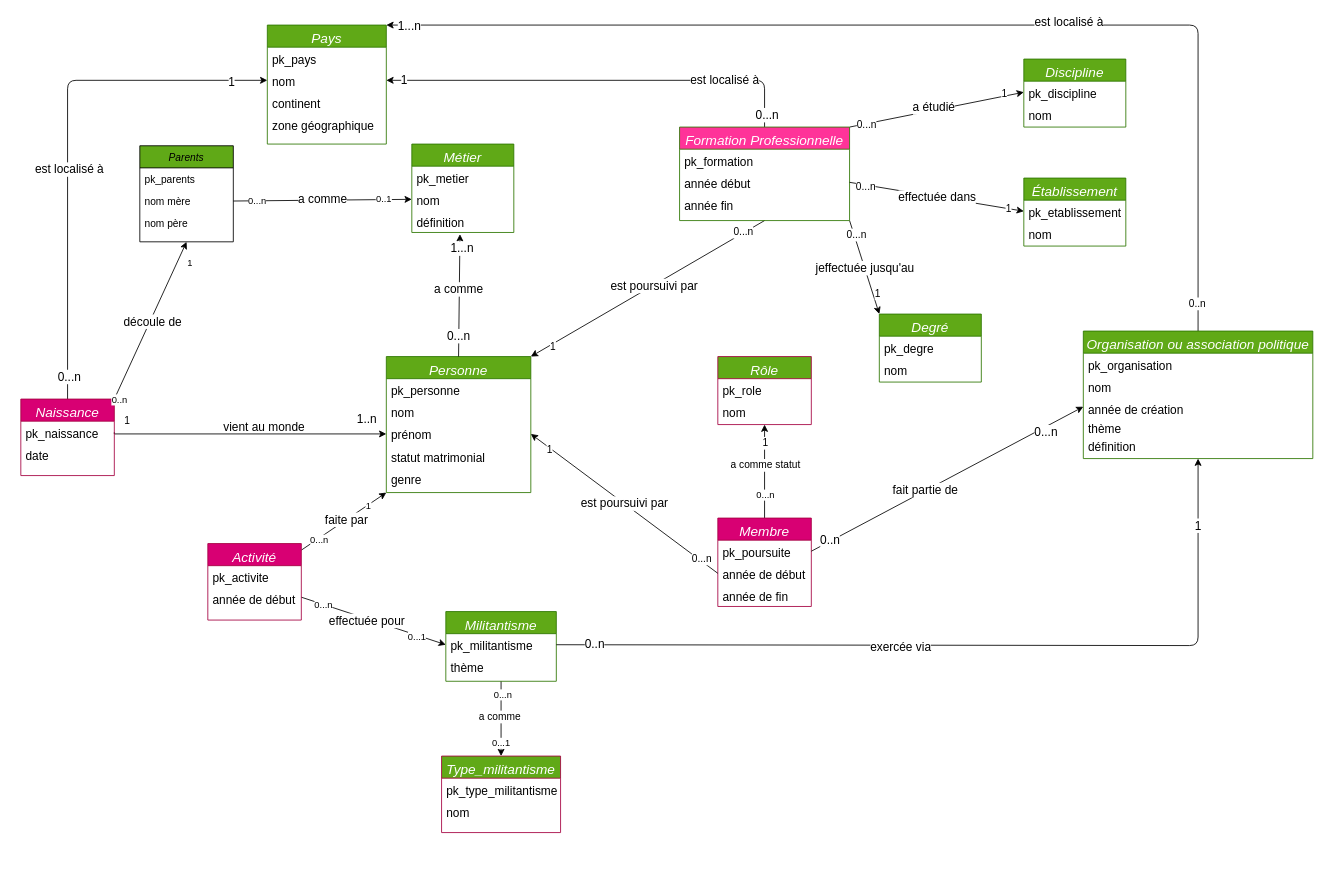
Earlier version of the draw.io diagram page "Page-1" (1 of 2) of Essai_modele.drawio (AliaBrah/militants_droit_femmes). Source tidied: cells renumbered, new cells numbered last; positions are measured from the earlier drawing's top-left corner, leaving out a move shared by most shapes. Both pictures are drawn from the tidied source at 85%, with x=0, y=0 at pixel (20, 25).
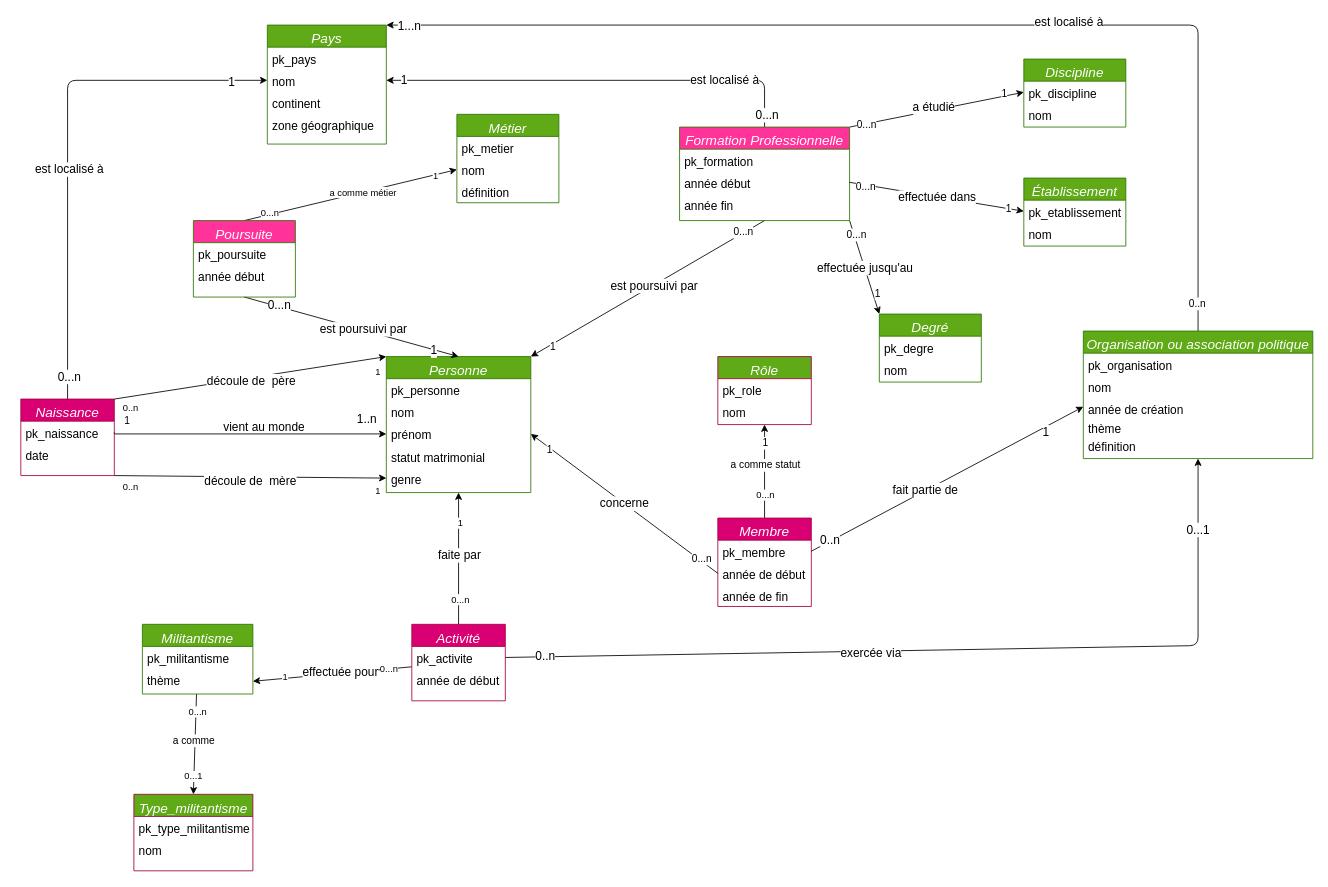
After the change.

The change refers to these unchanged cells:
```xml
<mxCell id="6" value="Personne" style="swimlane;fontStyle=2;align=center;verticalAlign=top;horizontal=1;startSize=26;rounded=0;shadow=0;strokeWidth=1;fillColor=#60a917;fontColor=#ffffff;strokeColor=#2D7600;fontSize=16;" parent="1" vertex="1">
  <mxGeometry x="430" y="390" width="170" height="160" as="geometry" />
</mxCell>
<mxCell id="9" value="prénom" style="text;align=left;verticalAlign=top;spacingLeft=4;spacingRight=4;overflow=hidden;points=[[0,0.5],[1,0.5]];portConstraint=eastwest;rounded=0;shadow=0;html=0;fontSize=14;" parent="6" vertex="1">
  <mxGeometry y="78" width="170" height="26" as="geometry" />
</mxCell>
<mxCell id="11" value="genre" style="text;align=left;verticalAlign=top;spacingLeft=4;spacingRight=4;overflow=hidden;points=[[0,0.5],[1,0.5]];portConstraint=eastwest;rounded=0;shadow=0;html=0;fontSize=14;" parent="6" vertex="1">
  <mxGeometry y="130" width="170" height="26" as="geometry" />
</mxCell>
<mxCell id="16" value="Naissance" style="swimlane;fontStyle=2;align=center;verticalAlign=top;horizontal=1;startSize=26;rounded=0;shadow=0;strokeWidth=1;fillColor=#d80073;fontColor=#ffffff;strokeColor=#A50040;fontSize=16;" parent="1" vertex="1">
  <mxGeometry y="440" width="110" height="90" as="geometry" />
</mxCell>
<mxCell id="33" value="Organisation ou association politique" style="swimlane;fontStyle=2;align=center;verticalAlign=top;horizontal=1;startSize=26;rounded=0;shadow=0;strokeWidth=1;fillColor=#60a917;fontColor=#ffffff;strokeColor=#2D7600;fontSize=16;" parent="1" vertex="1">
  <mxGeometry x="1250" y="360" width="270" height="150" as="geometry" />
</mxCell>
<mxCell id="47" value="Membre" style="swimlane;fontStyle=2;align=center;verticalAlign=top;horizontal=1;startSize=26;rounded=0;shadow=0;strokeWidth=1;fillColor=#d80073;fontColor=#ffffff;strokeColor=#A50040;fontSize=16;" parent="1" vertex="1">
  <mxGeometry x="820" y="580" width="110" height="104" as="geometry" />
</mxCell>
<mxCell id="49" value="année de début" style="text;align=left;verticalAlign=top;spacingLeft=4;spacingRight=4;overflow=hidden;points=[[0,0.5],[1,0.5]];portConstraint=eastwest;rounded=0;shadow=0;html=0;fontSize=14;" parent="47" vertex="1">
  <mxGeometry y="52" width="110" height="26" as="geometry" />
</mxCell>
<mxCell id="60" style="edgeStyle=none;html=1;exitX=1;exitY=1;exitDx=0;exitDy=0;entryX=0;entryY=0;entryDx=0;entryDy=0;fontSize=12;" parent="1" edge="1" source="64" target="129">
  <mxGeometry relative="1" as="geometry" />
</mxCell>
<mxCell id="70" value="nom " style="text;align=left;verticalAlign=top;spacingLeft=4;spacingRight=4;overflow=hidden;points=[[0,0.5],[1,0.5]];portConstraint=eastwest;fontSize=14;" parent="68" vertex="1">
  <mxGeometry y="52" width="120" height="26" as="geometry" />
</mxCell>
<mxCell id="71" value="définition" style="text;align=left;verticalAlign=top;spacingLeft=4;spacingRight=4;overflow=hidden;points=[[0,0.5],[1,0.5]];portConstraint=eastwest;fontSize=14;" parent="68" vertex="1">
  <mxGeometry y="78" width="120" height="26" as="geometry" />
</mxCell>
<mxCell id="77" value="pk_militantisme" style="text;align=left;verticalAlign=top;spacingLeft=4;spacingRight=4;overflow=hidden;points=[[0,0.5],[1,0.5]];portConstraint=eastwest;fontSize=14;" parent="76" vertex="1">
  <mxGeometry y="26" width="130" height="26" as="geometry" />
</mxCell>
<mxCell id="78" value="thème" style="text;align=left;verticalAlign=top;spacingLeft=4;spacingRight=4;overflow=hidden;points=[[0,0.5],[1,0.5]];portConstraint=eastwest;fontSize=14;" parent="76" vertex="1">
  <mxGeometry y="52" width="130" height="30" as="geometry" />
</mxCell>
<mxCell id="79" style="edgeStyle=none;html=1;exitX=1;exitY=0.5;exitDx=0;exitDy=0;fontSize=14;entryX=0;entryY=0.5;entryDx=0;entryDy=0;" parent="1" edge="1" source="48" target="36">
  <mxGeometry relative="1" as="geometry" />
</mxCell>
<mxCell id="112" value="pk_activite" style="text;align=left;verticalAlign=top;spacingLeft=4;spacingRight=4;overflow=hidden;points=[[0,0.5],[1,0.5]];portConstraint=eastwest;fontSize=14;" parent="111" vertex="1">
  <mxGeometry y="26" width="110" height="26" as="geometry" />
</mxCell>
```

Change to the diagram source:
```diff
@@
-    <mxCell id="39" style="edgeStyle=none;html=1;exitX=0.5;exitY=0;exitDx=0;exitDy=0;fontSize=14;entryX=0.472;entryY=1.077;entryDx=0;entryDy=0;entryPerimeter=0;" parent="1" edge="1" source="6" target="71">
+    <mxCell id="39" style="edgeStyle=none;html=1;exitX=0.5;exitY=1;exitDx=0;exitDy=0;fontSize=14;entryX=0.5;entryY=0;entryDx=0;entryDy=0;" parent="1" edge="1" source="143" target="6">
       <mxGeometry relative="1" as="geometry" />
     </mxCell>
-    <mxCell id="40" value="a comme" style="edgeLabel;html=1;align=center;verticalAlign=middle;fontSize=14;" parent="39" vertex="1">
+    <mxCell id="40" value="est poursuivi par" style="edgeLabel;html=1;align=center;verticalAlign=middle;fontSize=14;" parent="39" vertex="1">
       <mxGeometry x="0.1" y="1" relative="1" as="geometry" />
     </mxCell>
@@
-    <mxCell id="42" value="1...n" style="edgeLabel;html=1;align=center;verticalAlign=middle;fontSize=14;" parent="39" vertex="1">
+    <mxCell id="42" value="1" style="edgeLabel;html=1;align=center;verticalAlign=middle;fontSize=14;" parent="39" vertex="1">
       <mxGeometry x="0.77" y="-2" relative="1" as="geometry">
         <mxPoint y="-1" as="offset" />
       </mxGeometry>
     </mxCell>
@@
-    <mxCell id="48" value="pk_poursuite" style="text;align=left;verticalAlign=top;spacingLeft=4;spacingRight=4;overflow=hidden;points=[[0,0.5],[1,0.5]];portConstraint=eastwest;fontSize=14;" parent="47" vertex="1">
+    <mxCell id="48" value="pk_membre" style="text;align=left;verticalAlign=top;spacingLeft=4;spacingRight=4;overflow=hidden;points=[[0,0.5],[1,0.5]];portConstraint=eastwest;fontSize=14;" parent="47" vertex="1">
       <mxGeometry y="26" width="110" height="26" as="geometry" />
     </mxCell>
@@
-    <mxCell id="63" value="&lt;font style=&quot;font-size: 14px;&quot;&gt;jeffectuée jusqu'au&lt;/font&gt;" style="edgeLabel;html=1;align=center;verticalAlign=middle;fontSize=12;" parent="60" vertex="1">
+    <mxCell id="63" value="&lt;font style=&quot;font-size: 14px;&quot;&gt;effectuée jusqu'au&lt;/font&gt;" style="edgeLabel;html=1;align=center;verticalAlign=middle;fontSize=12;" parent="60" vertex="1">
       <mxGeometry x="0.03" relative="1" as="geometry">
         <mxPoint y="-1" as="offset" />
       </mxGeometry>
     </mxCell>
@@
     <mxCell id="68" value="Métier" style="swimlane;fontStyle=2;align=center;verticalAlign=top;horizontal=1;startSize=26;rounded=0;shadow=0;strokeWidth=1;fillColor=#60a917;fontColor=#ffffff;strokeColor=#2D7600;fontSize=16;" parent="1" vertex="1">
-      <mxGeometry x="460" y="140" width="120" height="104" as="geometry" />
+      <mxGeometry x="513" y="105" width="120" height="104" as="geometry" />
     </mxCell>
@@
     <mxCell id="76" value="Militantisme" style="swimlane;fontStyle=2;align=center;verticalAlign=top;horizontal=1;startSize=26;rounded=0;shadow=0;strokeWidth=1;fillColor=#60a917;fontColor=#ffffff;strokeColor=#2D7600;fontSize=16;" parent="1" vertex="1">
-      <mxGeometry x="500" y="690" width="130" height="82" as="geometry" />
+      <mxGeometry x="143" y="705" width="130" height="82" as="geometry" />
     </mxCell>
@@
-    <mxCell id="82" value="0...n" style="edgeLabel;html=1;align=center;verticalAlign=middle;fontSize=14;" parent="79" vertex="1">
+    <mxCell id="82" value="1" style="edgeLabel;html=1;align=center;verticalAlign=middle;fontSize=14;" parent="79" vertex="1">
       <mxGeometry x="0.76" y="-1" relative="1" as="geometry">
         <mxPoint x="-7" y="8" as="offset" />
       </mxGeometry>
     </mxCell>
-    <mxCell id="83" style="edgeStyle=none;html=1;exitX=1;exitY=0.5;exitDx=0;exitDy=0;fontSize=14;entryX=0.5;entryY=1;entryDx=0;entryDy=0;" parent="1" edge="1" source="77" target="33">
+    <mxCell id="83" style="edgeStyle=none;html=1;exitX=1;exitY=0.5;exitDx=0;exitDy=0;fontSize=14;entryX=0.5;entryY=1;entryDx=0;entryDy=0;" parent="1" edge="1" source="112" target="33">
       <mxGeometry relative="1" as="geometry">
         <Array as="points">
           <mxPoint x="1385" y="730" />
         </Array>
       </mxGeometry>
     </mxCell>
@@
-    <mxCell id="86" value="1" style="edgeLabel;html=1;align=center;verticalAlign=middle;fontSize=14;" parent="83" vertex="1">
+    <mxCell id="86" value="0...1" style="edgeLabel;html=1;align=center;verticalAlign=middle;fontSize=14;" parent="83" vertex="1">
       <mxGeometry x="0.84" y="1" relative="1" as="geometry" />
     </mxCell>
-    <mxCell id="87" value="est poursuivi par" style="edgeStyle=none;html=1;exitX=0;exitY=0.5;exitDx=0;exitDy=0;entryX=1;entryY=0.5;entryDx=0;entryDy=0;fontSize=14;" parent="1" edge="1" source="49" target="9">
+    <mxCell id="87" value="concerne" style="edgeStyle=none;html=1;exitX=0;exitY=0.5;exitDx=0;exitDy=0;entryX=1;entryY=0.5;entryDx=0;entryDy=0;fontSize=14;" parent="1" edge="1" source="49" target="9">
       <mxGeometry relative="1" as="geometry" />
     </mxCell>
@@
-    <mxCell id="90" style="endArrow=classic;html=1;entryX=0.5;entryY=1;entryDx=0;entryDy=0;exitX=1;exitY=0;exitDx=0;exitDy=0;" parent="1" edge="1" source="16" target="94">
+    <mxCell id="90" style="endArrow=classic;html=1;entryX=0;entryY=0;entryDx=0;entryDy=0;exitX=1;exitY=0;exitDx=0;exitDy=0;" parent="1" edge="1" source="16" target="6">
       <mxGeometry relative="1" as="geometry" />
     </mxCell>
@@
-    <mxCell id="93" value="&lt;font style=&quot;font-size: 14px;&quot;&gt;découle de&amp;nbsp;&lt;/font&gt;" style="edgeLabel;html=1;align=center;verticalAlign=middle;" parent="90" vertex="1">
+    <mxCell id="93" value="&lt;font style=&quot;font-size: 14px;&quot;&gt;découle de&amp;nbsp; père&lt;/font&gt;" style="edgeLabel;html=1;align=center;verticalAlign=middle;" parent="90" vertex="1">
       <mxGeometry y="-4" relative="1" as="geometry" />
     </mxCell>
-    <mxCell id="94" value="Parents" style="swimlane;fontStyle=2;align=center;verticalAlign=top;horizontal=1;startSize=26;rounded=0;shadow=0;strokeWidth=1;fillColor=#60A917;" parent="1" vertex="1">
-      <mxGeometry x="140" y="142" width="110" height="113" as="geometry" />
-    </mxCell>
-    <mxCell id="95" value="pk_parents" style="text;align=left;verticalAlign=top;spacingLeft=4;spacingRight=4;overflow=hidden;" parent="94" vertex="1">
-      <mxGeometry y="26" width="110" height="26" as="geometry" />
-    </mxCell>
-    <mxCell id="96" value="nom mère" style="text;align=left;verticalAlign=top;spacingLeft=4;spacingRight=4;overflow=hidden;points=[[0,0.5],[1,0.5]];portConstraint=eastwest;rounded=0;shadow=0;html=0;" parent="94" vertex="1">
-      <mxGeometry y="52" width="110" height="26" as="geometry" />
-    </mxCell>
-    <mxCell id="97" style="edgeStyle=elbowEdgeStyle;rounded=0;orthogonalLoop=1;jettySize=auto;elbow=vertical;html=1;exitX=0;exitY=0.5;exitDx=0;exitDy=0;" parent="94" edge="1" source="96" target="96">
-      <mxGeometry relative="1" as="geometry" />
-    </mxCell>
-    <mxCell id="98" value="nom père" style="text;align=left;verticalAlign=top;spacingLeft=4;spacingRight=4;overflow=hidden;rounded=0;shadow=0;html=0;" parent="94" vertex="1">
-      <mxGeometry y="78" width="110" height="26" as="geometry" />
-    </mxCell>
-    <mxCell id="99" style="edgeStyle=none;html=1;exitX=1;exitY=0.5;exitDx=0;exitDy=0;entryX=0;entryY=0.5;entryDx=0;entryDy=0;" parent="1" edge="1" source="96" target="70">
-      <mxGeometry relative="1" as="geometry" />
-    </mxCell>
-    <mxCell id="100" value="0...n" style="edgeLabel;html=1;align=center;verticalAlign=middle;" parent="99" vertex="1">
-      <mxGeometry x="-0.73" relative="1" as="geometry" />
-    </mxCell>
-    <mxCell id="101" value="0..1" style="edgeLabel;html=1;align=center;verticalAlign=middle;" parent="99" vertex="1">
-      <mxGeometry x="0.69" y="1" relative="1" as="geometry" />
-    </mxCell>
-    <mxCell id="102" value="&lt;font style=&quot;font-size: 14px;&quot;&gt;a comme&lt;/font&gt;" style="edgeLabel;html=1;align=center;verticalAlign=middle;" parent="99" vertex="1">
-      <mxGeometry y="2" relative="1" as="geometry" />
-    </mxCell>
-    <mxCell id="103" style="edgeStyle=none;html=1;entryX=0;entryY=1;entryDx=0;entryDy=0;" parent="1" edge="1" source="111" target="6">
+    <mxCell id="103" style="edgeStyle=none;html=1;entryX=0.5;entryY=1;entryDx=0;entryDy=0;" parent="1" edge="1" source="111" target="6">
       <mxGeometry relative="1" as="geometry" />
     </mxCell>
@@
-    <mxCell id="107" style="edgeStyle=none;html=1;entryX=0;entryY=0.5;entryDx=0;entryDy=0;" parent="1" edge="1" source="111" target="77">
+    <mxCell id="107" style="edgeStyle=none;html=1;entryX=1;entryY=0.5;entryDx=0;entryDy=0;" parent="1" edge="1" source="111" target="78">
       <mxGeometry relative="1" as="geometry" />
     </mxCell>
@@
-    <mxCell id="109" value="0...1" style="edgeLabel;html=1;align=center;verticalAlign=middle;" parent="107" vertex="1">
+    <mxCell id="109" value="1" style="edgeLabel;html=1;align=center;verticalAlign=middle;" parent="107" vertex="1">
       <mxGeometry x="0.6" y="-2" relative="1" as="geometry" />
     </mxCell>
@@
     <mxCell id="111" value="Activité" style="swimlane;fontStyle=2;align=center;verticalAlign=top;horizontal=1;startSize=26;rounded=0;shadow=0;strokeWidth=1;fillColor=#d80073;fontColor=#ffffff;strokeColor=#A50040;fontSize=16;" parent="1" vertex="1">
-      <mxGeometry x="220" y="610" width="110" height="90" as="geometry" />
+      <mxGeometry x="460" y="705" width="110" height="90" as="geometry" />
     </mxCell>
@@
     <mxCell id="115" value="Type_militantisme" style="swimlane;fontStyle=2;align=center;verticalAlign=top;horizontal=1;startSize=26;rounded=0;shadow=0;strokeWidth=1;fillColor=#60A917;fontColor=#ffffff;strokeColor=#A50040;fontSize=16;" parent="1" vertex="1">
-      <mxGeometry x="495" y="860" width="140" height="90" as="geometry" />
+      <mxGeometry x="133" y="905" width="140" height="90" as="geometry" />
     </mxCell>
@@
+    <mxCell id="136" style="endArrow=classic;html=1;entryX=0;entryY=0.5;entryDx=0;entryDy=0;exitX=1;exitY=1;exitDx=0;exitDy=0;" parent="1" edge="1" source="16" target="11">
+      <mxGeometry relative="1" as="geometry" />
+    </mxCell>
+    <mxCell id="137" value="1" style="edgeLabel;html=1;align=center;verticalAlign=middle;" parent="136" vertex="1">
+      <mxGeometry x="0.89" y="-1" relative="1" as="geometry">
+        <mxPoint x="7.5" y="14" as="offset" />
+      </mxGeometry>
+    </mxCell>
+    <mxCell id="138" value="0..n" style="edgeLabel;html=1;align=center;verticalAlign=middle;" parent="136" vertex="1">
+      <mxGeometry x="-0.88" y="-1" relative="1" as="geometry">
+        <mxPoint x="-0.8" y="11" as="offset" />
+      </mxGeometry>
+    </mxCell>
+    <mxCell id="139" value="&lt;font style=&quot;font-size: 14px;&quot;&gt;découle de&amp;nbsp; mère&lt;/font&gt;" style="edgeLabel;html=1;align=center;verticalAlign=middle;" parent="136" vertex="1">
+      <mxGeometry y="-4" relative="1" as="geometry" />
+    </mxCell>
+    <mxCell id="140" style="edgeStyle=none;html=1;exitX=0.5;exitY=0;exitDx=0;exitDy=0;entryX=0;entryY=0.5;entryDx=0;entryDy=0;" parent="1" edge="1" source="143" target="70">
+      <mxGeometry relative="1" as="geometry" />
+    </mxCell>
+    <mxCell id="141" value="a comme métier&amp;nbsp;" style="edgeLabel;html=1;align=center;verticalAlign=middle;" parent="140" vertex="1">
+      <mxGeometry x="0.13" relative="1" as="geometry" />
+    </mxCell>
+    <mxCell id="100" value="0...n" style="edgeLabel;html=1;align=center;verticalAlign=middle;" parent="140" vertex="1">
+      <mxGeometry x="-0.76" y="2" relative="1" as="geometry" />
+    </mxCell>
+    <mxCell id="142" value="1" style="edgeLabel;html=1;align=center;verticalAlign=middle;" parent="140" vertex="1">
+      <mxGeometry x="0.8" relative="1" as="geometry" />
+    </mxCell>
+    <mxCell id="143" value="Poursuite" style="swimlane;fontStyle=2;align=center;verticalAlign=top;horizontal=1;startSize=26;rounded=0;shadow=0;strokeWidth=1;fillColor=#FF3399;fontColor=#ffffff;strokeColor=#2D7600;fontSize=16;" parent="1" vertex="1">
+      <mxGeometry x="203" y="230" width="120" height="90" as="geometry" />
+    </mxCell>
+    <mxCell id="144" value="pk_poursuite" style="text;align=left;verticalAlign=top;spacingLeft=4;spacingRight=4;overflow=hidden;rounded=0;shadow=0;html=0;fontSize=14;" parent="143" vertex="1">
+      <mxGeometry y="26" width="120" height="26" as="geometry" />
+    </mxCell>
+    <mxCell id="145" value="année début" style="text;align=left;verticalAlign=top;spacingLeft=4;spacingRight=4;overflow=hidden;fontSize=14;" parent="143" vertex="1">
+      <mxGeometry y="52" width="120" height="26" as="geometry" />
+    </mxCell>
```
